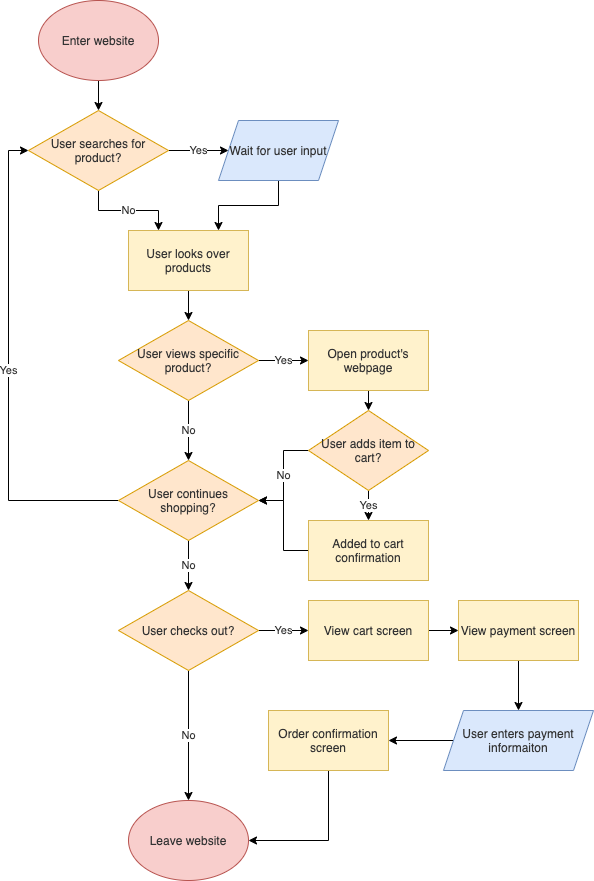
The draw.io diagram part2/part2.drawio.png in nwilliso/sp21-cse110-lab4, before a commit. Source tidied: cells renumbered, new cells last; positions are measured from the earlier drawing's top-left corner, leaving out a move shared by most shapes.
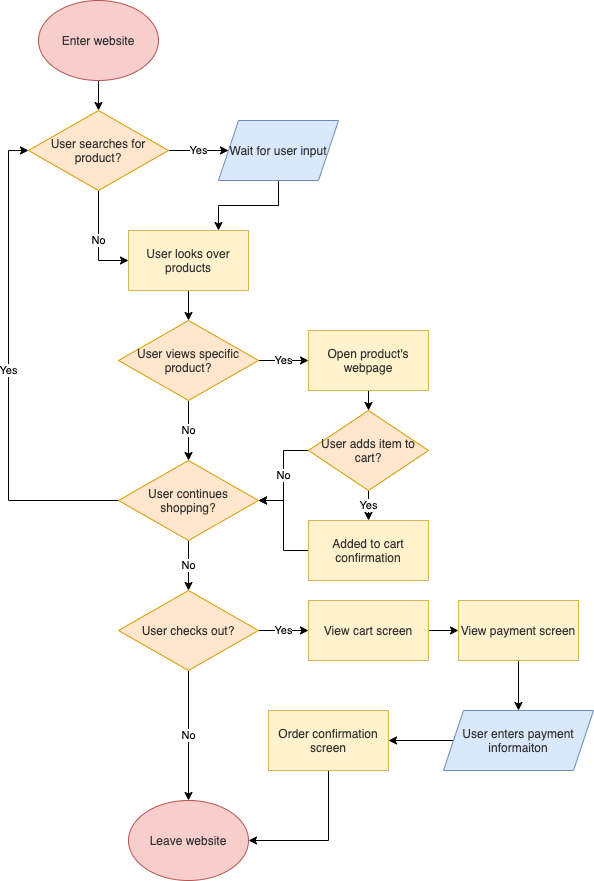
Above is the later version.

Commit message:
fixed flowchart text

Diff of the diagram source:
```diff
@@ -8,10 +8,10 @@
     <mxCell id="3" value="&lt;font&gt;Enter website&lt;/font&gt;" style="ellipse;whiteSpace=wrap;html=1;fillColor=#f8cecc;strokeColor=#b85450;fontColor=#333333;" parent="1" vertex="1">
       <mxGeometry x="10" width="120" height="80" as="geometry" />
     </mxCell>
-    <mxCell id="4" value="Yes" style="edgeStyle=orthogonalEdgeStyle;rounded=0;jettySize=auto;html=1;exitX=1;exitY=0.5;exitDx=0;exitDy=0;entryX=0;entryY=0.5;entryDx=0;entryDy=0;fontColor=#333333;" parent="1" edge="1" source="6" target="8">
+    <mxCell id="4" value="Yes" style="edgeStyle=orthogonalEdgeStyle;rounded=0;jettySize=auto;html=1;exitX=1;exitY=0.5;exitDx=0;exitDy=0;entryX=0;entryY=0.5;entryDx=0;entryDy=0;labelBackgroundColor=#FFFFFF;fontColor=#000000;" parent="1" edge="1" source="6" target="8">
       <mxGeometry relative="1" as="geometry" />
     </mxCell>
-    <mxCell id="5" value="&lt;font&gt;No&lt;/font&gt;" style="edgeStyle=orthogonalEdgeStyle;rounded=0;jettySize=auto;html=1;exitX=0.5;exitY=1;exitDx=0;exitDy=0;entryX=0.25;entryY=0;entryDx=0;entryDy=0;fontColor=#333333;" parent="1" edge="1" source="6" target="10">
+    <mxCell id="5" value="No" style="edgeStyle=orthogonalEdgeStyle;rounded=0;jettySize=auto;html=1;exitX=0.5;exitY=1;exitDx=0;exitDy=0;entryX=0;entryY=0.5;entryDx=0;entryDy=0;labelBackgroundColor=#FFFFFF;fontColor=#000000;" parent="1" edge="1" source="6" target="10">
       <mxGeometry relative="1" as="geometry" />
     </mxCell>
     <mxCell id="6" value="&lt;font&gt;User searches for product?&lt;/font&gt;" style="rhombus;whiteSpace=wrap;html=1;fillColor=#ffe6cc;strokeColor=#d79b00;fontColor=#333333;" parent="1" vertex="1">
@@ -29,10 +29,10 @@
     <mxCell id="10" value="User looks over products" style="rounded=0;whiteSpace=wrap;html=1;fillColor=#fff2cc;strokeColor=#d6b656;fontColor=#333333;" parent="1" vertex="1">
       <mxGeometry x="100" y="230" width="120" height="60" as="geometry" />
     </mxCell>
-    <mxCell id="11" value="&lt;font&gt;Yes&lt;/font&gt;" style="edgeStyle=orthogonalEdgeStyle;rounded=0;jettySize=auto;html=1;exitX=1;exitY=0.5;exitDx=0;exitDy=0;entryX=0;entryY=0.5;entryDx=0;entryDy=0;fontColor=#333333;" parent="1" edge="1" source="13" target="15">
+    <mxCell id="11" value="Yes" style="edgeStyle=orthogonalEdgeStyle;rounded=0;jettySize=auto;html=1;exitX=1;exitY=0.5;exitDx=0;exitDy=0;labelBackgroundColor=#FFFFFF;fontColor=#000000;" parent="1" edge="1" source="13" target="15">
       <mxGeometry relative="1" as="geometry" />
     </mxCell>
-    <mxCell id="12" value="&lt;font&gt;No&lt;/font&gt;" style="edgeStyle=orthogonalEdgeStyle;rounded=0;jettySize=auto;html=1;exitX=0.5;exitY=1;exitDx=0;exitDy=0;entryX=0.5;entryY=0;entryDx=0;entryDy=0;fontColor=#333333;" parent="1" edge="1" source="13" target="23">
+    <mxCell id="12" value="No" style="edgeStyle=orthogonalEdgeStyle;rounded=0;jettySize=auto;html=1;exitX=0.5;exitY=1;exitDx=0;exitDy=0;labelBackgroundColor=#FFFFFF;fontColor=#000000;" parent="1" edge="1" source="13" target="23">
       <mxGeometry relative="1" as="geometry" />
     </mxCell>
     <mxCell id="13" value="User views specific product?" style="rhombus;whiteSpace=wrap;html=1;fillColor=#ffe6cc;strokeColor=#d79b00;fontColor=#333333;" parent="1" vertex="1">
@@ -44,12 +44,12 @@
     <mxCell id="15" value="&lt;font&gt;Open product's webpage&lt;/font&gt;" style="rounded=0;whiteSpace=wrap;html=1;fillColor=#fff2cc;strokeColor=#d6b656;fontColor=#333333;" parent="1" vertex="1">
       <mxGeometry x="280" y="330" width="120" height="60" as="geometry" />
     </mxCell>
+    <mxCell id="17" value="No" style="edgeStyle=orthogonalEdgeStyle;rounded=0;jettySize=auto;html=1;exitX=0;exitY=0.5;exitDx=0;exitDy=0;entryX=1;entryY=0.5;entryDx=0;entryDy=0;labelBackgroundColor=#FFFFFF;fontColor=#000000;" parent="1" edge="1" source="18" target="23">
+      <mxGeometry relative="1" as="geometry" />
+    </mxCell>
-    <mxCell id="16" value="&lt;font&gt;Yes&lt;/font&gt;" style="edgeStyle=orthogonalEdgeStyle;rounded=0;jettySize=auto;html=1;exitX=0.5;exitY=1;exitDx=0;exitDy=0;entryX=0.5;entryY=0;entryDx=0;entryDy=0;fontColor=#333333;" parent="1" edge="1" source="18" target="20">
+    <mxCell id="16" value="Yes" style="edgeStyle=orthogonalEdgeStyle;rounded=0;jettySize=auto;html=1;exitX=0.5;exitY=1;exitDx=0;exitDy=0;entryX=0.5;entryY=0;entryDx=0;entryDy=0;labelBackgroundColor=#FFFFFF;fontColor=#000000;" parent="1" edge="1" source="18" target="20">
       <mxGeometry relative="1" as="geometry" />
     </mxCell>
-    <mxCell id="17" value="&lt;font&gt;No&lt;/font&gt;" style="edgeStyle=orthogonalEdgeStyle;rounded=0;jettySize=auto;html=1;exitX=0;exitY=0.5;exitDx=0;exitDy=0;entryX=1;entryY=0.5;entryDx=0;entryDy=0;fontColor=#333333;" parent="1" edge="1" source="18" target="23">
-      <mxGeometry relative="1" as="geometry" />
-    </mxCell>
     <mxCell id="18" value="&lt;font&gt;User adds item to cart?&lt;/font&gt;" style="rhombus;whiteSpace=wrap;html=1;fillColor=#ffe6cc;strokeColor=#d79b00;fontColor=#333333;" parent="1" vertex="1">
       <mxGeometry x="280" y="410" width="120" height="80" as="geometry" />
     </mxCell>
@@ -59,21 +59,21 @@
     <mxCell id="20" value="&lt;font&gt;Added to cart confirmation&lt;/font&gt;" style="rounded=0;whiteSpace=wrap;html=1;fillColor=#fff2cc;strokeColor=#d6b656;fontColor=#333333;" parent="1" vertex="1">
       <mxGeometry x="280" y="520" width="120" height="60" as="geometry" />
     </mxCell>
-    <mxCell id="21" value="&lt;font&gt;Yes&lt;/font&gt;" style="edgeStyle=orthogonalEdgeStyle;rounded=0;jettySize=auto;html=1;exitX=0;exitY=0.5;exitDx=0;exitDy=0;entryX=0;entryY=0.5;entryDx=0;entryDy=0;fontColor=#333333;" parent="1" edge="1" source="23" target="6">
+    <mxCell id="21" value="Yes" style="edgeStyle=orthogonalEdgeStyle;rounded=0;jettySize=auto;html=1;exitX=0;exitY=0.5;exitDx=0;exitDy=0;entryX=0;entryY=0.5;entryDx=0;entryDy=0;labelBackgroundColor=#FFFFFF;fontColor=#000000;" parent="1" edge="1" source="23" target="6">
       <mxGeometry relative="1" as="geometry" />
     </mxCell>
-    <mxCell id="22" value="&lt;font&gt;No&lt;/font&gt;" style="edgeStyle=orthogonalEdgeStyle;rounded=0;jettySize=auto;html=1;exitX=0.5;exitY=1;exitDx=0;exitDy=0;entryX=0.5;entryY=0;entryDx=0;entryDy=0;fontColor=#333333;" parent="1" edge="1" source="23" target="26">
+    <mxCell id="22" value="No" style="edgeStyle=orthogonalEdgeStyle;rounded=0;jettySize=auto;html=1;exitX=0.5;exitY=1;exitDx=0;exitDy=0;entryX=0.5;entryY=0;entryDx=0;entryDy=0;labelBackgroundColor=#FFFFFF;fontColor=#000000;" parent="1" edge="1" source="23" target="26">
       <mxGeometry relative="1" as="geometry" />
     </mxCell>
     <mxCell id="23" value="&lt;font&gt;User continues shopping?&lt;/font&gt;" style="rhombus;whiteSpace=wrap;html=1;fillColor=#ffe6cc;strokeColor=#d79b00;fontColor=#333333;" parent="1" vertex="1">
       <mxGeometry x="90" y="460" width="140" height="80" as="geometry" />
     </mxCell>
+    <mxCell id="25" value="Yes" style="edgeStyle=orthogonalEdgeStyle;rounded=0;jettySize=auto;html=1;exitX=1;exitY=0.5;exitDx=0;exitDy=0;entryX=0;entryY=0.5;entryDx=0;entryDy=0;labelBackgroundColor=#FFFFFF;fontColor=#000000;" parent="1" edge="1" source="26" target="29">
+      <mxGeometry relative="1" as="geometry" />
+    </mxCell>
-    <mxCell id="24" value="&lt;font&gt;No&lt;/font&gt;" style="edgeStyle=orthogonalEdgeStyle;rounded=0;jettySize=auto;html=1;exitX=0.5;exitY=1;exitDx=0;exitDy=0;fontColor=#333333;" parent="1" edge="1" source="26" target="27">
+    <mxCell id="24" value="No" style="edgeStyle=orthogonalEdgeStyle;rounded=0;jettySize=auto;html=1;exitX=0.5;exitY=1;exitDx=0;exitDy=0;entryX=0.5;entryY=0;entryDx=0;entryDy=0;labelBackgroundColor=#FFFFFF;fontColor=#000000;" parent="1" edge="1" source="26" target="27">
       <mxGeometry relative="1" as="geometry" />
     </mxCell>
-    <mxCell id="25" value="&lt;font&gt;Yes&lt;/font&gt;" style="edgeStyle=orthogonalEdgeStyle;rounded=0;jettySize=auto;html=1;exitX=1;exitY=0.5;exitDx=0;exitDy=0;entryX=0;entryY=0.5;entryDx=0;entryDy=0;fontColor=#333333;" parent="1" edge="1" source="26" target="29">
-      <mxGeometry relative="1" as="geometry" />
-    </mxCell>
     <mxCell id="26" value="User checks out?" style="rhombus;whiteSpace=wrap;html=1;fillColor=#ffe6cc;strokeColor=#d79b00;fontColor=#333333;" parent="1" vertex="1">
       <mxGeometry x="90" y="590" width="140" height="80" as="geometry" />
     </mxCell>
```
